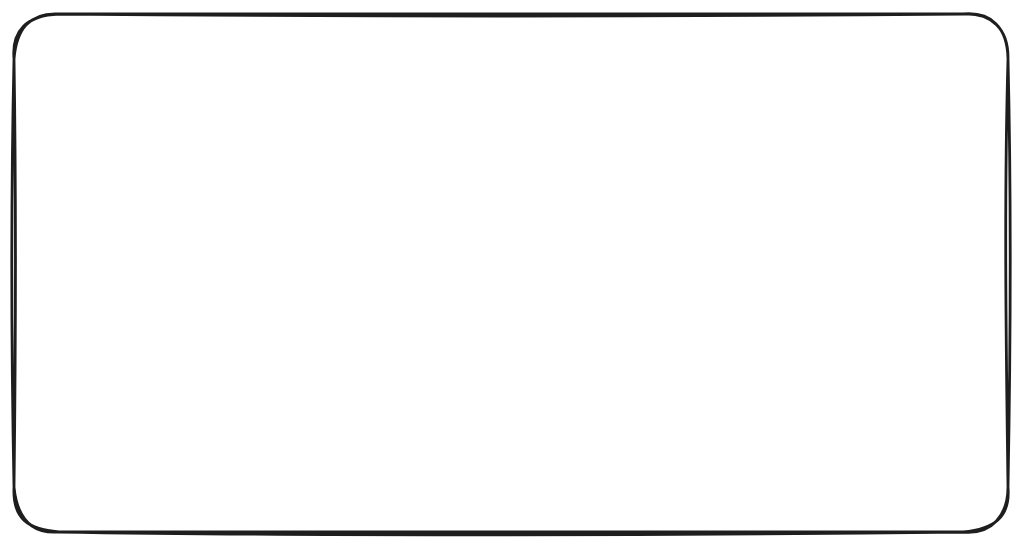
Above: diagrams/aj.excalidraw.svg in Peripera/advanced_database_notes (Excalidraw), before the change. Source tidied: one line per element, renumbered; positions are measured from the earlier drawing's top-left corner, leaving out a move shared by most shapes. Source of this version:
```json
{"id": 0, "type": "rectangle", "strokeColor": "#1e1e1e", "strokeWidth": 2, "roughness": 1, "round": true, "x": 0, "y": 0, "width": 710, "height": 370}
```
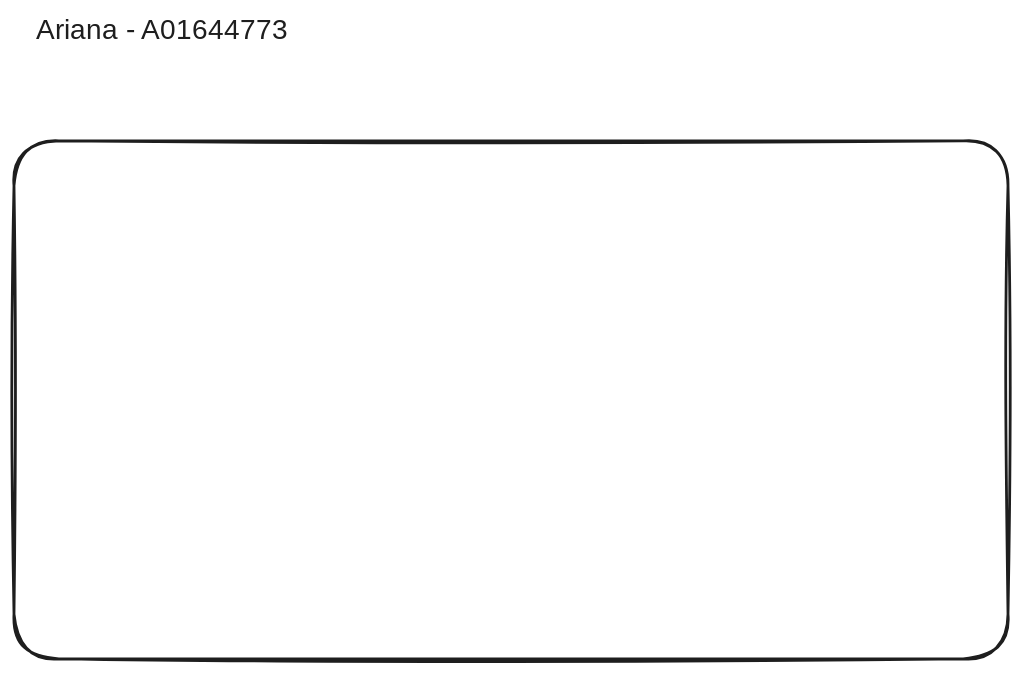
The same diagram one commit later.

What changed in the source:
```diff
@@ -1,1 +1,2 @@
 {"id": 0, "type": "rectangle", "strokeColor": "#1e1e1e", "strokeWidth": 2, "roughness": 1, "round": true, "x": 0, "y": 0, "width": 710, "height": 370}
+{"id": 1, "type": "text", "text": "Ariana - A01644773", "strokeColor": "#1e1e1e", "strokeWidth": 2, "roughness": 1, "fontSize": 20, "fontFamily": 5, "x": 16, "y": -90, "width": 272, "height": 25}
```
